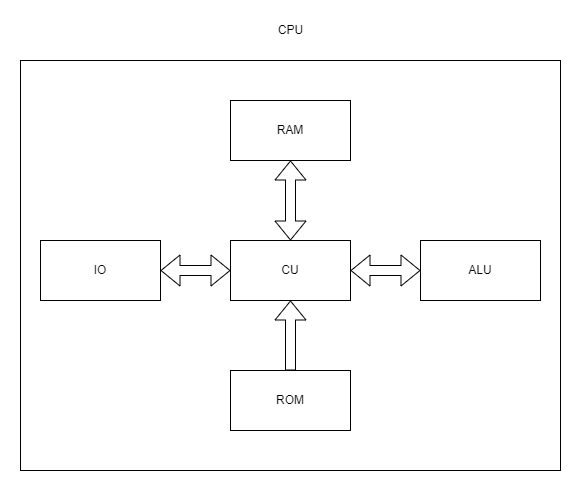
Earlier version of the draw.io export doc/main_diagram.drawio.png (sebastiansiedlarz409/CPU-Design). Source tidied: cells renumbered, new cells last; positions are measured from the earlier drawing's top-left corner, leaving out a move shared by most shapes.
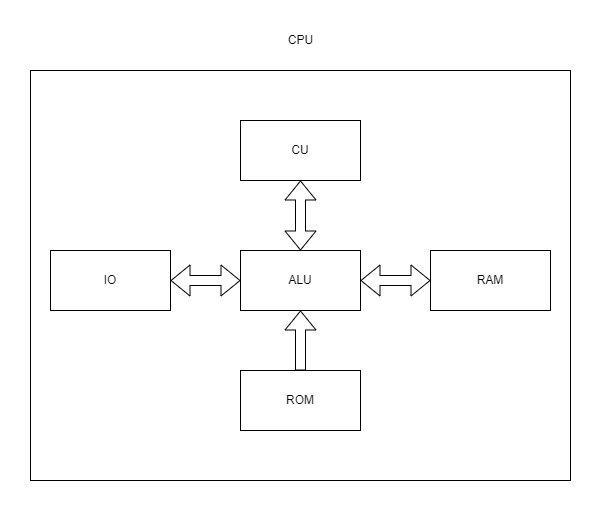
The same file after the commit.

Change to the diagram source:
```diff
@@ -9,31 +9,31 @@
       <mxGeometry x="250" width="40" height="20" as="geometry" />
     </mxCell>
     <mxCell id="4" value="RAM" style="rounded=0;whiteSpace=wrap;html=1;" parent="1" vertex="1">
-      <mxGeometry x="210" y="80" width="120" height="60" as="geometry" />
+      <mxGeometry x="400" y="220" width="120" height="60" as="geometry" />
     </mxCell>
     <mxCell id="5" value="ROM" style="rounded=0;whiteSpace=wrap;html=1;" parent="1" vertex="1">
-      <mxGeometry x="210" y="350" width="120" height="60" as="geometry" />
+      <mxGeometry x="210" y="340" width="120" height="60" as="geometry" />
     </mxCell>
     <mxCell id="6" value="CU" style="rounded=0;whiteSpace=wrap;html=1;" parent="1" vertex="1">
-      <mxGeometry x="210" y="220" width="120" height="60" as="geometry" />
+      <mxGeometry x="210" y="90" width="120" height="60" as="geometry" />
     </mxCell>
     <mxCell id="7" value="ALU" style="rounded=0;whiteSpace=wrap;html=1;" parent="1" vertex="1">
-      <mxGeometry x="400" y="220" width="120" height="60" as="geometry" />
+      <mxGeometry x="210" y="220" width="120" height="60" as="geometry" />
     </mxCell>
     <mxCell id="8" value="IO" style="rounded=0;whiteSpace=wrap;html=1;" parent="1" vertex="1">
       <mxGeometry x="20" y="220" width="120" height="60" as="geometry" />
     </mxCell>
-    <mxCell id="9" style="shape=flexArrow;endArrow=classic;startArrow=classic;html=1;rounded=0;exitX=1;exitY=0.5;exitDx=0;exitDy=0;" parent="1" edge="1" source="8" target="6">
-      <mxGeometry relative="1" as="geometry" />
-    </mxCell>
-    <mxCell id="10" style="shape=flexArrow;endArrow=classic;startArrow=classic;html=1;rounded=0;entryX=0;entryY=0.5;entryDx=0;entryDy=0;exitX=1;exitY=0.5;exitDx=0;exitDy=0;" parent="1" edge="1" source="6" target="7">
-      <mxGeometry relative="1" as="geometry" />
-    </mxCell>
-    <mxCell id="11" style="shape=flexArrow;endArrow=classic;startArrow=classic;html=1;rounded=0;entryX=0.5;entryY=1;entryDx=0;entryDy=0;" parent="1" edge="1" source="6" target="4">
-      <mxGeometry relative="1" as="geometry" />
-    </mxCell>
-    <mxCell id="12" style="shape=flexArrow;endArrow=classic;html=1;rounded=0;exitX=0.5;exitY=0;exitDx=0;exitDy=0;entryX=0.5;entryY=1;entryDx=0;entryDy=0;" parent="1" edge="1" source="5" target="6">
-      <mxGeometry relative="1" as="geometry" />
-    </mxCell>
+    <mxCell id="13" style="shape=flexArrow;endArrow=classic;startArrow=classic;html=1;rounded=0;entryX=0.5;entryY=1;entryDx=0;entryDy=0;" parent="1" edge="1" source="7" target="6">
+      <mxGeometry relative="1" as="geometry" />
+    </mxCell>
+    <mxCell id="14" style="shape=flexArrow;endArrow=classic;startArrow=classic;html=1;rounded=0;exitX=1;exitY=0.5;exitDx=0;exitDy=0;entryX=0;entryY=0.5;entryDx=0;entryDy=0;" parent="1" edge="1" source="8" target="7">
+      <mxGeometry relative="1" as="geometry" />
+    </mxCell>
+    <mxCell id="15" style="shape=flexArrow;endArrow=classic;startArrow=classic;html=1;rounded=0;entryX=0;entryY=0.5;entryDx=0;entryDy=0;" parent="1" edge="1" source="7" target="4">
+      <mxGeometry relative="1" as="geometry" />
+    </mxCell>
+    <mxCell id="16" style="shape=flexArrow;endArrow=classic;html=1;rounded=0;exitX=0.5;exitY=0;exitDx=0;exitDy=0;" parent="1" edge="1" source="5" target="7">
+      <mxGeometry relative="1" as="geometry" />
+    </mxCell>
   </root>
 </mxGraphModel>
```
